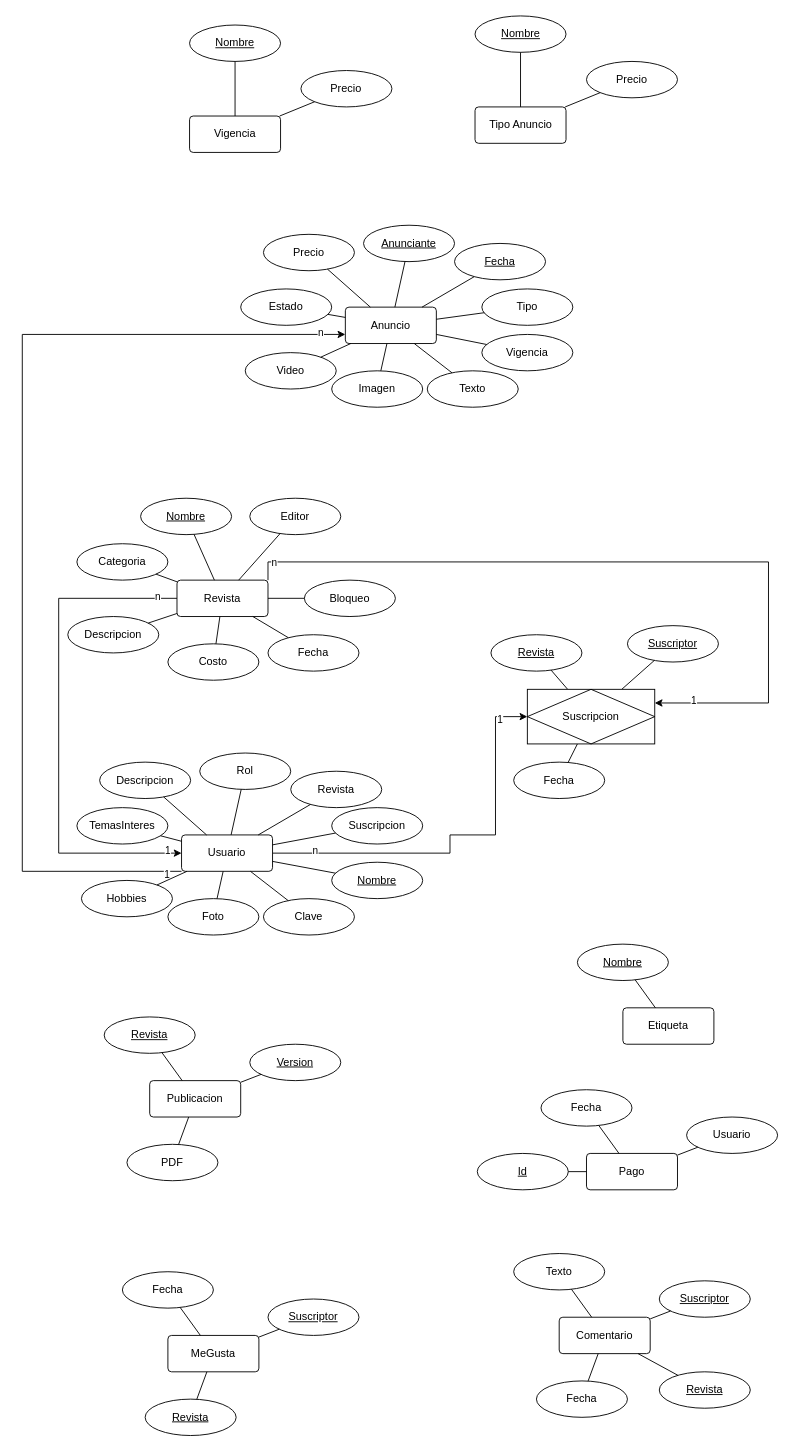
Earlier version of the draw.io diagram Diagrama Entidad Relacion.drawio (MynorDaniel/revistas-digitales). Source tidied: cells renumbered, new cells numbered last; positions are measured from the earlier drawing's top-left corner, leaving out a move shared by most shapes. Both pictures are drawn from the tidied source at 91%, with x=0, y=0 at pixel (22, 15).
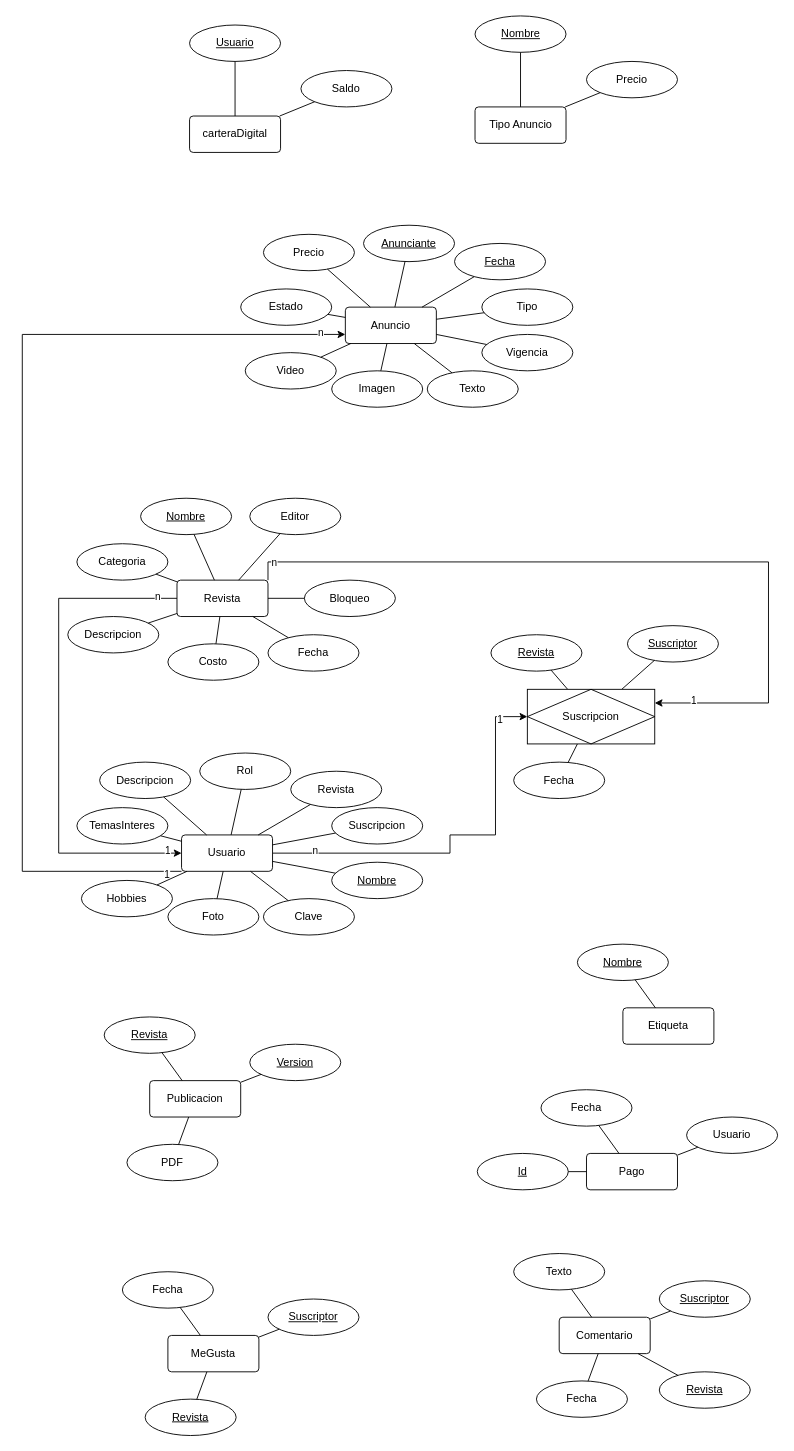
The same diagram, later.

Diff of the diagram source:
```diff
@@
-    <mxCell id="112" value="Vigencia" style="rounded=1;arcSize=10;whiteSpace=wrap;html=1;align=center;" parent="1" vertex="1">
+    <mxCell id="112" value="carteraDigital" style="rounded=1;arcSize=10;whiteSpace=wrap;html=1;align=center;" parent="1" vertex="1">
       <mxGeometry x="183.8" y="110" width="100" height="40" as="geometry" />
     </mxCell>
-    <mxCell id="113" value="&lt;u&gt;Nombre&lt;/u&gt;" style="ellipse;whiteSpace=wrap;html=1;align=center;" parent="1" vertex="1">
+    <mxCell id="113" value="&lt;u&gt;Usuario&lt;/u&gt;" style="ellipse;whiteSpace=wrap;html=1;align=center;" parent="1" vertex="1">
       <mxGeometry x="183.8" y="10" width="100" height="40" as="geometry" />
     </mxCell>
-    <mxCell id="114" value="Precio" style="ellipse;whiteSpace=wrap;html=1;align=center;" parent="1" vertex="1">
+    <mxCell id="114" value="Saldo" style="ellipse;whiteSpace=wrap;html=1;align=center;" parent="1" vertex="1">
       <mxGeometry x="306.2" y="60" width="100" height="40" as="geometry" />
     </mxCell>
```
